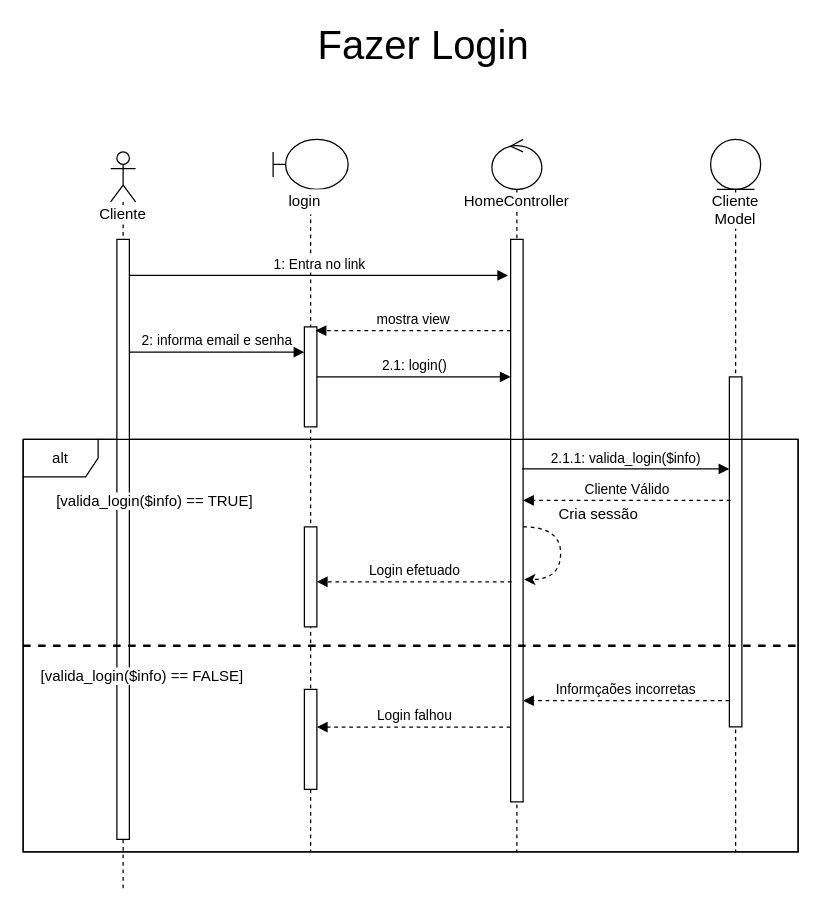
This is page "Fazer login" (1 of 8) of docs/Diagramas/Diagrama-Sequência/Sequencia.drawio from joaopaulo7/GCC188-Projeto-Final, a draw.io file, before an edit. Source tidied: cells renumbered, new cells numbered last; positions are measured from the earlier drawing's top-left corner, leaving out a move shared by most shapes. Both pictures are drawn from the tidied source at 125%, with x=0, y=0 at pixel (22, 26).
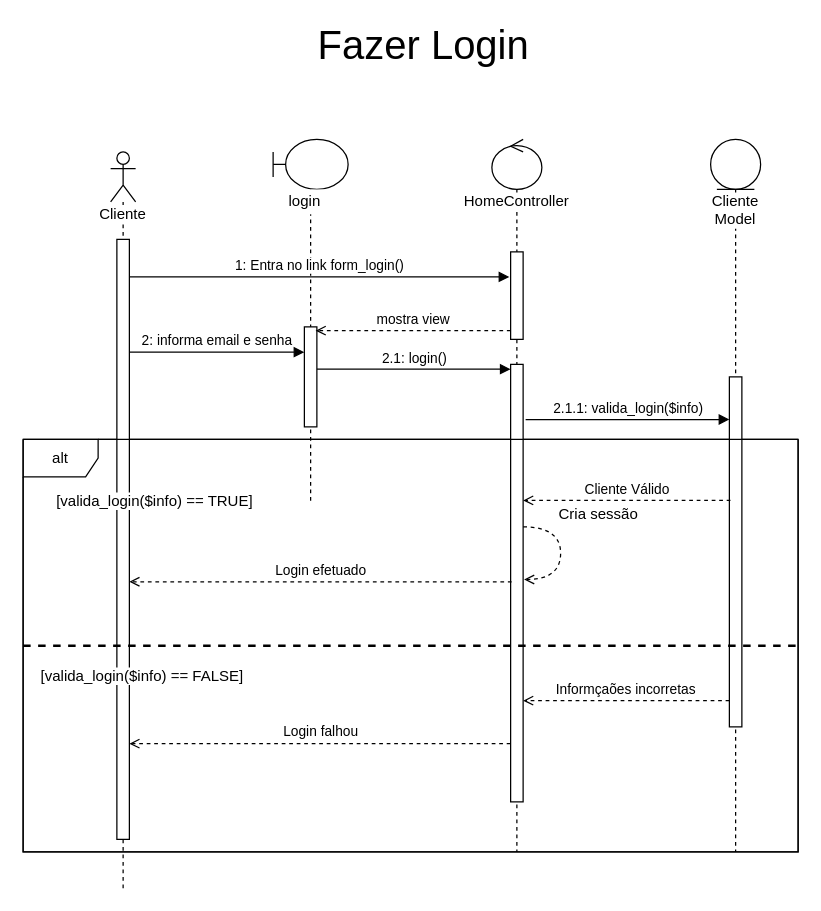
Above is the later version.

The change refers to these unchanged cells:
```xml
<mxCell id="4" style="html=1;points=[];perimeter=orthogonalPerimeter;fillColor=default;" parent="3" vertex="1">
  <mxGeometry x="5" y="70" width="10" height="480" as="geometry" />
</mxCell>
<mxCell id="7" style="html=1;points=[];perimeter=orthogonalPerimeter;fillColor=default;" parent="5" vertex="1">
  <mxGeometry x="25" y="150" width="10" height="80" as="geometry" />
</mxCell>
<mxCell id="10" value="&lt;span style=&quot;background-color: rgb(255 , 255 , 255)&quot;&gt;HomeController&lt;/span&gt;" style="shape=umlLifeline;participant=umlControl;perimeter=lifelinePerimeter;whiteSpace=wrap;html=1;verticalAlign=top;spacingTop=36;fillColor=default;" parent="1" vertex="1">
  <mxGeometry x="375" y="90" width="40" height="570" as="geometry" />
</mxCell>
<mxCell id="14" style="html=1;points=[];perimeter=orthogonalPerimeter;labelBackgroundColor=#FFFFFF;fillColor=default;" parent="13" vertex="1">
  <mxGeometry x="15" y="190" width="10" height="280" as="geometry" />
</mxCell>
<mxCell id="23" style="swimlane;startSize=0;labelBackgroundColor=#FFFFFF;" parent="1" vertex="1">
  <mxGeometry y="330" width="620" height="330" as="geometry" />
</mxCell>
```

Change to the diagram source:
```diff
@@
     <mxCell id="5" style="shape=umlLifeline;participant=umlBoundary;perimeter=lifelinePerimeter;whiteSpace=wrap;html=1;verticalAlign=top;spacingTop=36;" parent="1" vertex="1">
-      <mxGeometry x="200" y="90" width="60" height="570" as="geometry" />
+      <mxGeometry x="200" y="90" width="60" height="290" as="geometry" />
     </mxCell>
@@
-    <mxCell id="8" style="html=1;points=[];perimeter=orthogonalPerimeter;labelBackgroundColor=#FFFFFF;fillColor=default;" parent="5" vertex="1">
-      <mxGeometry x="25" y="310" width="10" height="80" as="geometry" />
-    </mxCell>
-    <mxCell id="9" style="html=1;points=[];perimeter=orthogonalPerimeter;labelBackgroundColor=#FFFFFF;fillColor=default;" parent="5" vertex="1">
-      <mxGeometry x="25" y="440" width="10" height="80" as="geometry" />
-    </mxCell>
@@
     <mxCell id="11" style="html=1;points=[];perimeter=orthogonalPerimeter;labelBackgroundColor=#FFFFFF;fillColor=default;" parent="10" vertex="1">
-      <mxGeometry x="15" y="80" width="10" height="450" as="geometry" />
+      <mxGeometry x="15" y="180" width="10" height="350" as="geometry" />
     </mxCell>
+    <mxCell id="30" style="html=1;points=[];perimeter=orthogonalPerimeter;" parent="10" vertex="1">
+      <mxGeometry x="15" y="90" width="10" height="70" as="geometry" />
+    </mxCell>
@@
-    <mxCell id="15" value="2.1.1: valida_login($info)" style="html=1;verticalAlign=bottom;endArrow=block;rounded=0;exitX=0.9;exitY=0.408;exitDx=0;exitDy=0;exitPerimeter=0;" parent="1" edge="1" source="11" target="14">
+    <mxCell id="15" value="2.1.1: valida_login($info)" style="html=1;verticalAlign=bottom;endArrow=block;rounded=0;exitX=1.2;exitY=0.126;exitDx=0;exitDy=0;exitPerimeter=0;" parent="1" edge="1" source="11" target="14">
       <mxGeometry relative="1" as="geometry" />
     </mxCell>
-    <mxCell id="16" value="Cliente Válido" style="html=1;verticalAlign=bottom;endArrow=block;rounded=0;dashed=1;exitX=0.086;exitY=0.353;exitDx=0;exitDy=0;exitPerimeter=0;" parent="1" edge="1" source="14" target="11">
+    <mxCell id="16" value="Cliente Válido" style="html=1;verticalAlign=bottom;endArrow=open;rounded=0;dashed=1;exitX=0.086;exitY=0.353;exitDx=0;exitDy=0;exitPerimeter=0;endFill=0;" parent="1" edge="1" source="14" target="11">
       <mxGeometry relative="1" as="geometry" />
     </mxCell>
@@
-    <mxCell id="18" value="Login efetuado" style="html=1;verticalAlign=bottom;endArrow=block;rounded=0;exitX=0.083;exitY=0.953;exitDx=0;exitDy=0;exitPerimeter=0;dashed=1;" parent="1" edge="1" target="8">
+    <mxCell id="18" value="Login efetuado" style="html=1;verticalAlign=bottom;endArrow=open;rounded=0;exitX=0.083;exitY=0.953;exitDx=0;exitDy=0;exitPerimeter=0;dashed=1;endFill=0;" parent="1" edge="1" target="4">
       <mxGeometry relative="1" as="geometry">
         <mxPoint x="390.8" y="443.9" as="sourcePoint" />
       </mxGeometry>
     </mxCell>
@@
-    <mxCell id="20" value="2.1: login()" style="html=1;verticalAlign=bottom;endArrow=block;rounded=0;" parent="1" edge="1" source="7" target="11">
+    <mxCell id="20" value="2.1: login()" style="html=1;verticalAlign=bottom;endArrow=block;rounded=0;entryX=0;entryY=0.011;entryDx=0;entryDy=0;entryPerimeter=0;" parent="1" edge="1" source="7" target="11">
       <mxGeometry relative="1" as="geometry" />
     </mxCell>
-    <mxCell id="21" value="1: Entra no link" style="html=1;verticalAlign=bottom;endArrow=block;rounded=0;entryX=-0.2;entryY=0.064;entryDx=0;entryDy=0;entryPerimeter=0;" parent="1" edge="1" source="4" target="11">
+    <mxCell id="21" value="1: Entra no link form_login()" style="html=1;verticalAlign=bottom;endArrow=block;rounded=0;entryX=-0.1;entryY=0.286;entryDx=0;entryDy=0;entryPerimeter=0;" parent="1" edge="1" source="4" target="30">
       <mxGeometry relative="1" as="geometry" />
     </mxCell>
-    <mxCell id="22" value="mostra view" style="html=1;verticalAlign=bottom;endArrow=block;rounded=0;dashed=1;entryX=0.9;entryY=0.038;entryDx=0;entryDy=0;entryPerimeter=0;" parent="1" edge="1" source="11" target="7">
+    <mxCell id="22" value="mostra view" style="html=1;verticalAlign=bottom;endArrow=open;rounded=0;dashed=1;entryX=0.9;entryY=0.038;entryDx=0;entryDy=0;entryPerimeter=0;endFill=0;" parent="1" edge="1" source="30" target="7">
       <mxGeometry relative="1" as="geometry" />
     </mxCell>
@@
-    <mxCell id="26" value="Informçaões incorretas" style="html=1;verticalAlign=bottom;endArrow=block;rounded=0;dashed=1;" parent="23" edge="1" source="14">
+    <mxCell id="26" value="Informçaões incorretas" style="html=1;verticalAlign=bottom;endArrow=open;rounded=0;dashed=1;endFill=0;" parent="23" edge="1" source="14">
       <mxGeometry relative="1" as="geometry">
         <mxPoint x="400" y="209" as="targetPoint" />
       </mxGeometry>
     </mxCell>
@@
-    <mxCell id="28" style="edgeStyle=orthogonalEdgeStyle;rounded=0;orthogonalLoop=1;jettySize=auto;html=1;entryX=1.083;entryY=0.824;entryDx=0;entryDy=0;entryPerimeter=0;curved=1;dashed=1;" parent="1" edge="1">
+    <mxCell id="28" style="edgeStyle=orthogonalEdgeStyle;rounded=0;orthogonalLoop=1;jettySize=auto;html=1;entryX=1.083;entryY=0.824;entryDx=0;entryDy=0;entryPerimeter=0;curved=1;dashed=1;endArrow=open;endFill=0;" parent="1" edge="1">
       <mxGeometry relative="1" as="geometry">
         <mxPoint x="400" y="400" as="sourcePoint" />
         <mxPoint x="400.8" y="442.1" as="targetPoint" />
         <Array as="points">
           <mxPoint x="430" y="400" />
           <mxPoint x="430" y="442" />
         </Array>
       </mxGeometry>
     </mxCell>
-    <mxCell id="29" value="Login falhou" style="html=1;verticalAlign=bottom;endArrow=block;rounded=0;dashed=1;exitX=-0.014;exitY=0.867;exitDx=0;exitDy=0;exitPerimeter=0;" parent="1" edge="1" source="11" target="9">
+    <mxCell id="29" value="Login falhou" style="html=1;verticalAlign=bottom;endArrow=open;rounded=0;dashed=1;exitX=-0.014;exitY=0.867;exitDx=0;exitDy=0;exitPerimeter=0;endFill=0;" parent="1" edge="1" source="11" target="4">
       <mxGeometry relative="1" as="geometry" />
     </mxCell>
```
